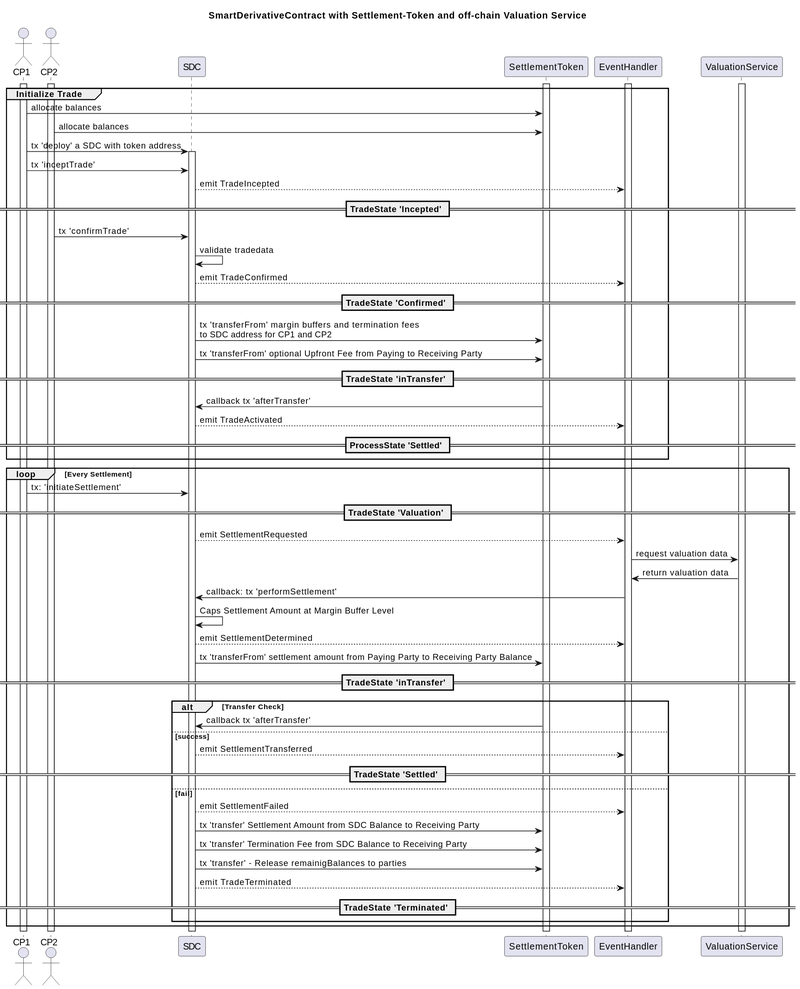
lxdao-official/eipfun keeps this PlantUML diagram as public/assets/erc-6123/doc/sequence.svg. Above is the earlier version.
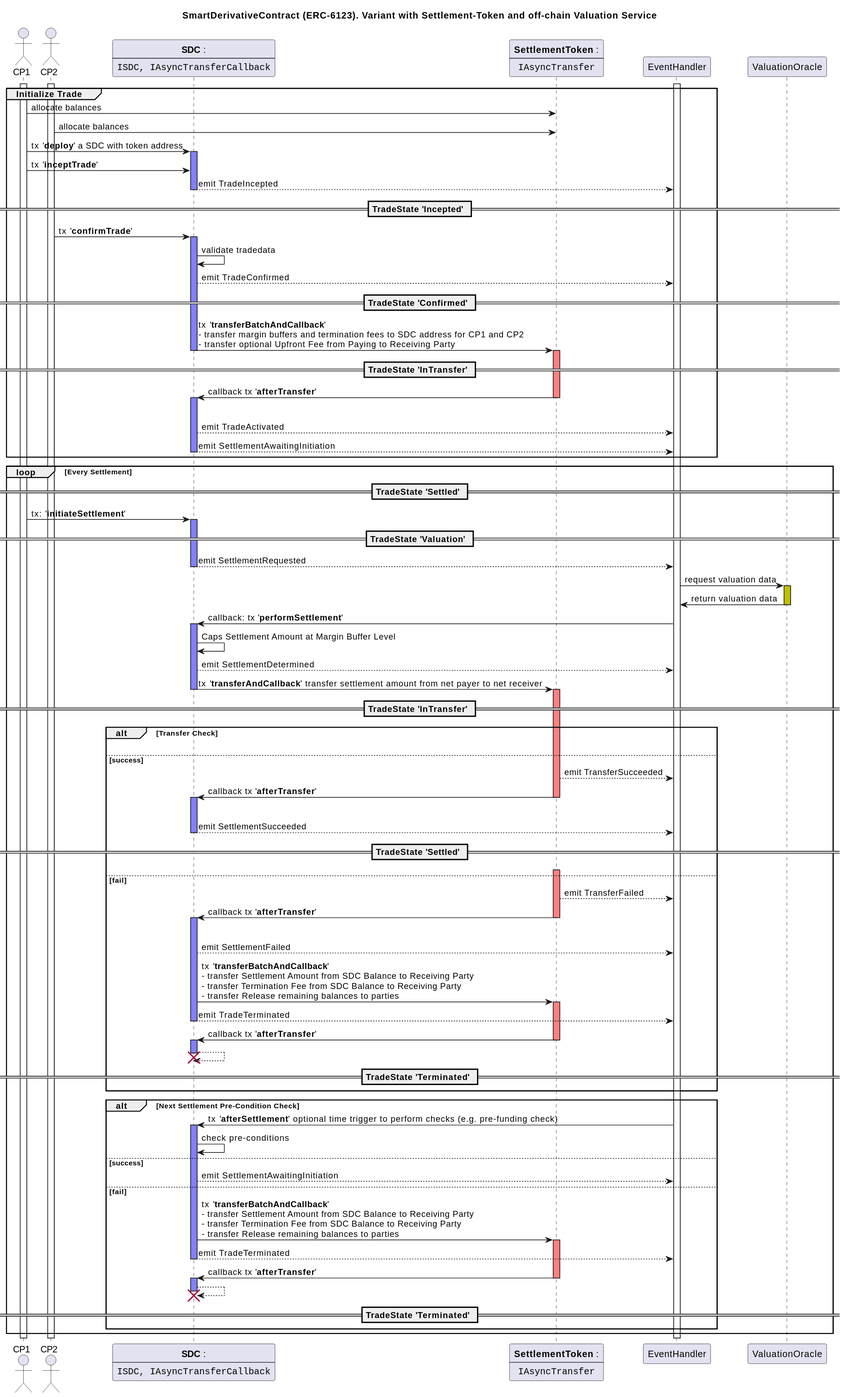
After the commit.

The edit, as a diff of the source:
```diff
@@ -1,87 +1,177 @@
 @startuml
-title SmartDerivativeContract with Settlement-Token and off-chain Valuation Service
+title SmartDerivativeContract (ERC-6123). Variant with Settlement-Token and off-chain Valuation Service
 
-	actor CP1
-	actor CP2
+actor CP1
+actor CP2
 
-	participant SDC
+participant SDC [
+    **SDC** :
+    ----
+    ""ISDC, IAsyncTransferCallback""
+]
 
-    participant SettlementToken
+participant SettlementToken [
+    **SettlementToken** :
+    ----
+    ""IAsyncTransfer""
+]
 
-	participant EventHandler
-	participant ValuationService
+participant EventHandler
+participant ValuationOracle
 
 activate EventHandler
-activate SettlementToken
-activate ValuationService
-
 activate CP1
 activate CP2
 
 group Initialize Trade
 CP1 ->SettlementToken: allocate balances
 CP2 ->SettlementToken: allocate balances
-CP1 ->SDC: tx 'deploy' a SDC with token address
-activate SDC
-CP1 ->SDC:                 tx 'inceptTrade'
+
+CP1 ->SDC: tx '**deploy**' a SDC with token address
+activate SDC #8080FF
+
+CP1 ->SDC:                 tx '**inceptTrade**'
 
 SDC-->EventHandler: emit TradeIncepted
-== TradeState 'Incepted' ==
 
-    CP2->SDC: tx 'confirmTrade'
+== TradeState '**Incepted**' ==
+deactivate SDC
+
+    CP2->SDC: tx '**confirmTrade**'
+activate SDC #8080FF
     SDC->SDC: validate tradedata
 
     SDC-->EventHandler: emit TradeConfirmed
 
-== TradeState 'Confirmed' ==
+== TradeState '**Confirmed**' ==
 
-    SDC -> SettlementToken: tx 'transferFrom' margin buffers and termination fees\nto SDC address for CP1 and CP2
-    SDC -> SettlementToken: tx 'transferFrom' optional Upfront Fee from Paying to Receiving Party
+    SDC -> SettlementToken: tx '**transferBatchAndCallback**' \n- transfer margin buffers and termination fees to SDC address for CP1 and CP2\n-  transfer optional Upfront Fee from Paying to Receiving Party
+    deactivate SDC
+    activate SettlementToken #FF8080
 
-==  TradeState 'inTransfer' ==
+==  TradeState '**InTransfer**' ==
 
-    SettlementToken->SDC: callback tx 'afterTransfer'
+    SettlementToken->SDC: callback tx '**afterTransfer**'
+    deactivate SettlementToken
+    activate SDC #8080FF
 
+    |||
     SDC-->EventHandler: emit TradeActivated
 
-==ProcessState 'Settled' ==
+
+    SDC-->EventHandler: emit SettlementAwaitingInitiation
+    deactivate SDC
 
 end
 
 loop Every Settlement
 
+== TradeState '**Settled**' ==
 
-CP1->SDC: tx: 'initiateSettlement'
+    CP1->SDC: tx: '**initiateSettlement**'
+    activate SDC #8080FF
 
-== TradeState 'Valuation' ==
+== TradeState '**Valuation**' ==
 SDC-->EventHandler:emit SettlementRequested
+    deactivate SDC
 
-EventHandler->ValuationService: request valuation data
-ValuationService->EventHandler: return valuation data
-EventHandler->SDC: callback: tx 'performSettlement'
+    EventHandler->ValuationOracle: request valuation data
+    activate ValuationOracle #C0C000
+    ValuationOracle->EventHandler: return valuation data
+    deactivate ValuationOracle
+
+EventHandler->SDC: callback: tx '**performSettlement**'
+    activate SDC #8080FF
+
 SDC->SDC:Caps Settlement Amount at Margin Buffer Level
 
 SDC-->EventHandler: emit SettlementDetermined
 
-SDC->SettlementToken: tx 'transferFrom' settlement amount from Paying Party to Receiving Party Balance
-== TradeState 'inTransfer' ==
+    SDC->SettlementToken: tx '**transferAndCallback**' transfer settlement amount from net payer to net receiver
+    deactivate SDC
+    activate SettlementToken #FF8080
+
+== TradeState '**InTransfer**' ==
 
 alt Transfer Check
-	SettlementToken->SDC: callback tx 'afterTransfer'
+
+    |||
+
 else success
-    SDC-->EventHandler: emit SettlementTransferred
-== TradeState 'Settled' ==
+    SettlementToken-->EventHandler: emit TransferSucceeded
+
+	SettlementToken->SDC: callback tx '**afterTransfer**'
+    deactivate SettlementToken
+    activate SDC #8080FF
+
+    |||
+    SDC-->EventHandler: emit SettlementSucceeded
+
+== TradeState '**Settled**' ==
+    deactivate SDC
+
+    SettlementToken-[#FFF]->EventHandler
 else fail
+
+
+    activate SettlementToken #FF8080
+    SettlementToken-->EventHandler: emit TransferFailed
+
+	SettlementToken->SDC: callback tx '**afterTransfer**'
+    deactivate SettlementToken
+    activate SDC #8080FF
+
+    |||
     SDC-->EventHandler: emit SettlementFailed
 
-	SDC->SettlementToken: tx 'transfer' Settlement Amount from SDC Balance to Receiving Party
-	SDC->SettlementToken: tx 'transfer' Termination Fee from SDC Balance to Receiving Party
-    SDC->SettlementToken: tx 'transfer' - Release  remainigBalances to parties
+	SDC->SettlementToken: tx '**transferBatchAndCallback**'\n- transfer Settlement Amount from SDC Balance to Receiving Party\n- transfer Termination Fee from SDC Balance to Receiving Party\n- transfer Release remaining balances to parties
+    activate SettlementToken #FF8080
+    SDC-->EventHandler: emit TradeTerminated
 
-    SDC-->EventHandler: emit TradeTerminated
-== TradeState 'Terminated' ==
+    deactivate SDC
+	SettlementToken->SDC: callback tx '**afterTransfer**'
+    deactivate SettlementToken
+    activate SDC #8080FF
+
+    SDC-->SDC:
+
+    destroy SDC
+    deactivate SDC
+
+== TradeState '**Terminated**' ==
 end
 
 
+alt Next Settlement Pre-Condition Check
+    EventHandler->SDC: tx '**afterSettlement**' optional time trigger to perform checks (e.g. pre-funding check)
+
+    activate SDC #8080FF
+
+    SDC-> SDC: check pre-conditions
+else success
+
+    SDC-->EventHandler: emit SettlementAwaitingInitiation
+
+else fail
+
+	SDC->SettlementToken: tx '**transferBatchAndCallback**'\n- transfer Settlement Amount from SDC Balance to Receiving Party\n- transfer Termination Fee from SDC Balance to Receiving Party\n- transfer Release remaining balances to parties
+    activate SettlementToken #FF8080
+    SDC-->EventHandler: emit TradeTerminated
+
+    deactivate SDC
+	SettlementToken->SDC: callback tx '**afterTransfer**'
+    deactivate SettlementToken
+    activate SDC #8080FF
+
+    SDC-->SDC:
+    destroy SDC
+
+== TradeState '**Terminated**' ==
 end
+
+end
+
+deactivate EventHandler
+deactivate CP1
+deactivate CP2
 @enduml
```
